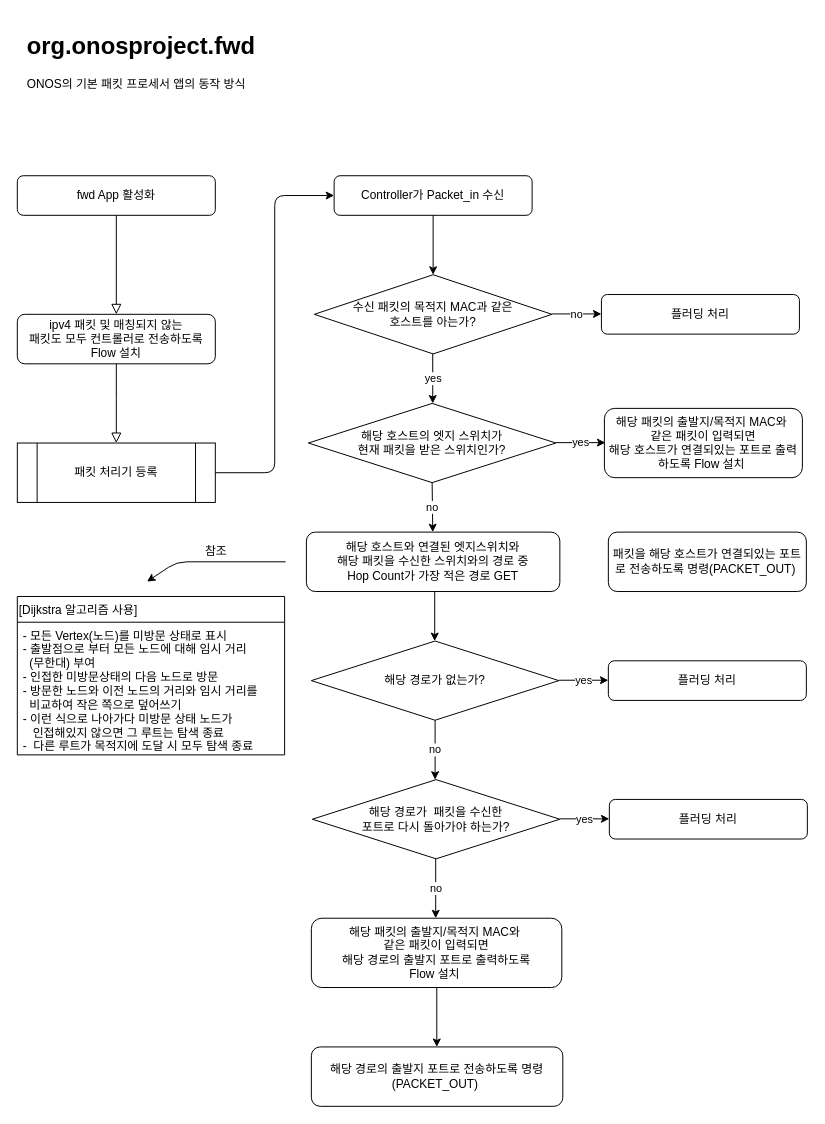
This is page "순서도" (1 of 5) of fwd.drawio from gameLoading/blank__-, a draw.io file, before an edit. Source tidied: cells renumbered, new cells numbered last; positions are measured from the earlier drawing's top-left corner, leaving out a move shared by most shapes. Both pictures are drawn from the tidied source at 99%, with x=0, y=0 at pixel (17, 27).
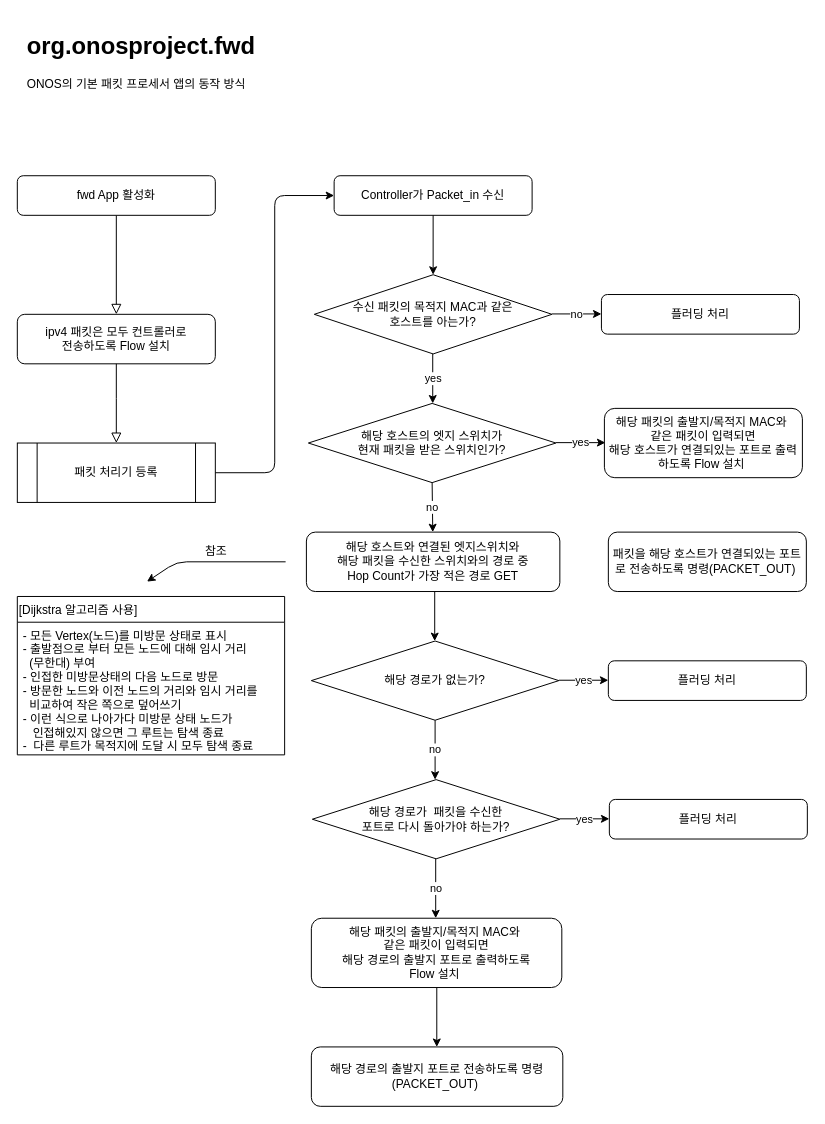
The same diagram, later.

What changed in the source:
```diff
@@
-    <mxCell id="4" value="ipv4 패킷 및&amp;nbsp;매칭되지 않는 &lt;br&gt;패킷도 모두 컨트롤러로 전송하도록&lt;br&gt;Flow 설치" style="rounded=1;whiteSpace=wrap;html=1;fontSize=12;glass=0;strokeWidth=1;shadow=0;" parent="1" vertex="1">
+    <mxCell id="4" value="ipv4 패킷은 모두 컨트롤러로 &lt;br&gt;전송하도록 Flow 설치" style="rounded=1;whiteSpace=wrap;html=1;fontSize=12;glass=0;strokeWidth=1;shadow=0;" parent="1" vertex="1">
       <mxGeometry y="290" width="200" height="50" as="geometry" />
     </mxCell>
```
